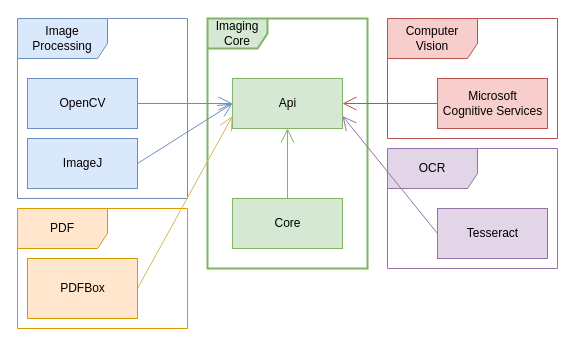
FHOOEAIST/imaging keeps this draw.io diagram as src/site/resources/documentation/imaging_structure.drawio. Above is the earlier version. Source tidied: cells renumbered, new cells numbered last; positions are measured from the earlier drawing's top-left corner, leaving out a move shared by most shapes. Both pictures are drawn from the tidied source at 100%, with x=0, y=0 at pixel (17, 18).
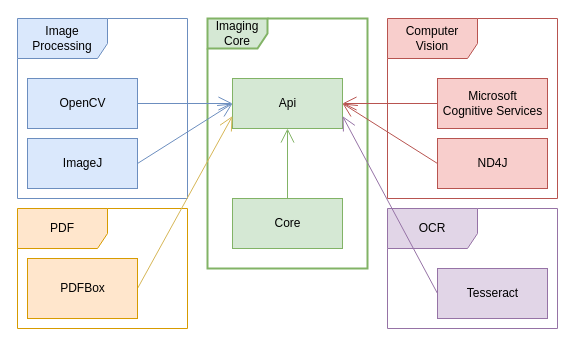
The same page after the edit.

The change refers to these unchanged cells:
```xml
<mxCell id="7" value="Api" style="html=1;fillColor=#d5e8d4;strokeColor=#82b366;" parent="1" vertex="1">
  <mxGeometry x="215" y="60" width="110" height="50" as="geometry" />
</mxCell>
```

Change to the diagram source:
```diff
@@
     <mxCell id="2" value="Computer Vision" style="shape=umlFrame;whiteSpace=wrap;html=1;width=90;height=40;fillColor=#f8cecc;strokeColor=#b85450;" parent="1" vertex="1">
-      <mxGeometry x="370" width="170" height="120" as="geometry" />
+      <mxGeometry x="370" width="170" height="180" as="geometry" />
     </mxCell>
@@
     <mxCell id="6" value="OCR" style="shape=umlFrame;whiteSpace=wrap;html=1;width=90;height=40;fillColor=#e1d5e7;strokeColor=#9673a6;" parent="1" vertex="1">
-      <mxGeometry x="370" y="130" width="170" height="120" as="geometry" />
+      <mxGeometry x="370" y="190" width="170" height="120" as="geometry" />
     </mxCell>
@@
     <mxCell id="12" value="Tesseract&lt;br&gt;" style="html=1;fillColor=#e1d5e7;strokeColor=#9673a6;" parent="1" vertex="1">
-      <mxGeometry x="420" y="190" width="110" height="50" as="geometry" />
+      <mxGeometry x="420" y="250" width="110" height="50" as="geometry" />
     </mxCell>
@@
+    <mxCell id="20" value="ND4J" style="html=1;fillColor=#f8cecc;strokeColor=#b85450;" parent="1" vertex="1">
+      <mxGeometry x="420" y="120" width="110" height="50" as="geometry" />
+    </mxCell>
+    <mxCell id="21" style="endArrow=open;endFill=1;endSize=12;html=1;fillColor=#f8cecc;strokeColor=#b85450;entryX=1;entryY=0.5;entryDx=0;entryDy=0;exitX=0;exitY=0.5;exitDx=0;exitDy=0;" parent="1" edge="1" source="20" target="7">
+      <mxGeometry relative="1" as="geometry" />
+    </mxCell>
```
